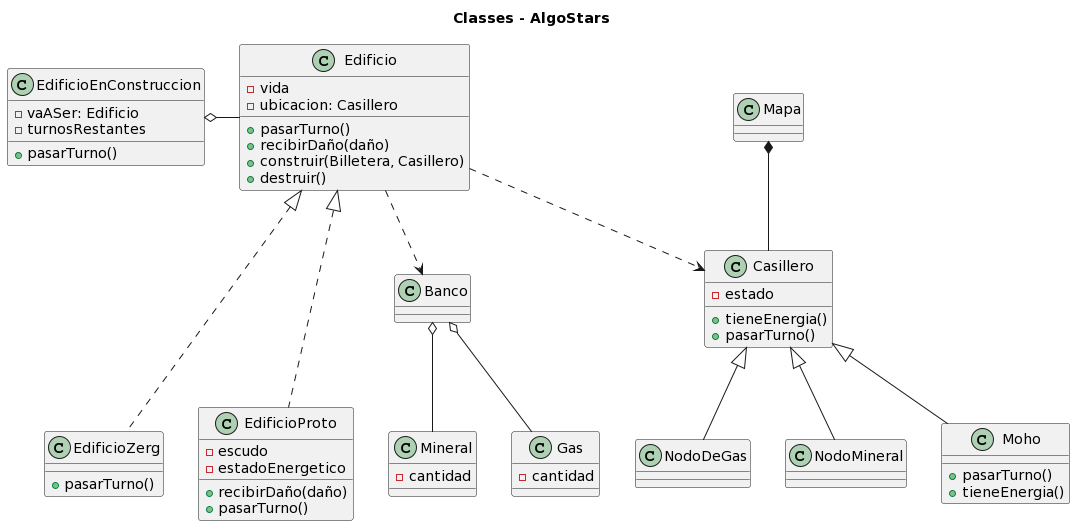
m-cabrerar/AlgoStar keeps this PlantUML diagram as diagrams/classes/edificio.png. Above is the earlier version. Its source is kept beside it as diagrams/classes/edificio.plantuml.
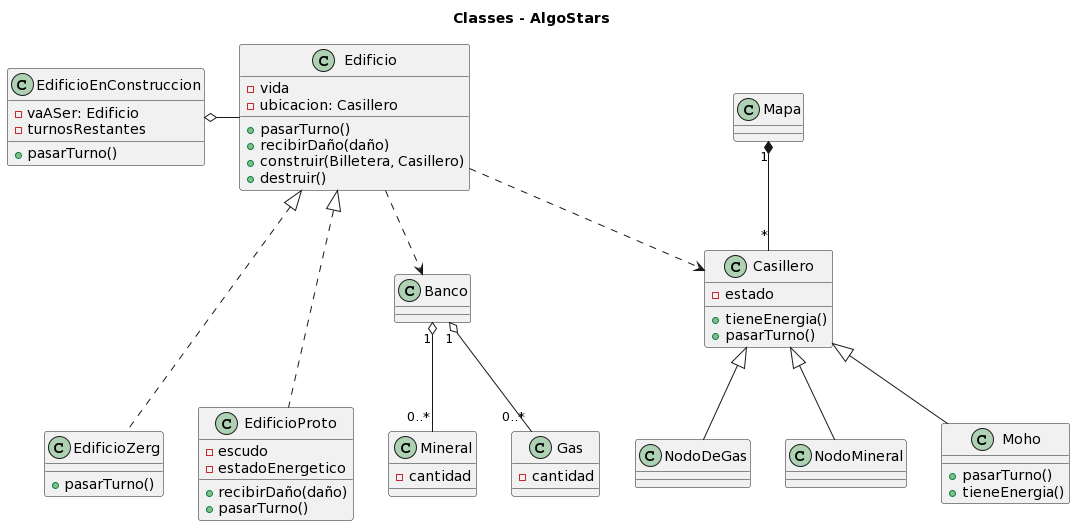
After the commit.

Commit message:
Arreglos del diagrama de clases

Agregue la multiplicidad de algunas relaciones de asociacion

Change to the diagram source:
```diff
@@ -58,12 +58,11 @@
 Casillero <|-- Moho
 Casillero <|-- NodoMineral
 
-Banco o-- Gas
-Banco o-- Mineral
+Banco "1" o-- "0..*" Gas
+Banco "1" o-- "0..*" Mineral
 
-Mapa *-- Casillero
+Mapa "1" *-- "*" Casillero
 
 Edificio ..> Banco
 Edificio ..> Casillero
-
 @enduml
```
